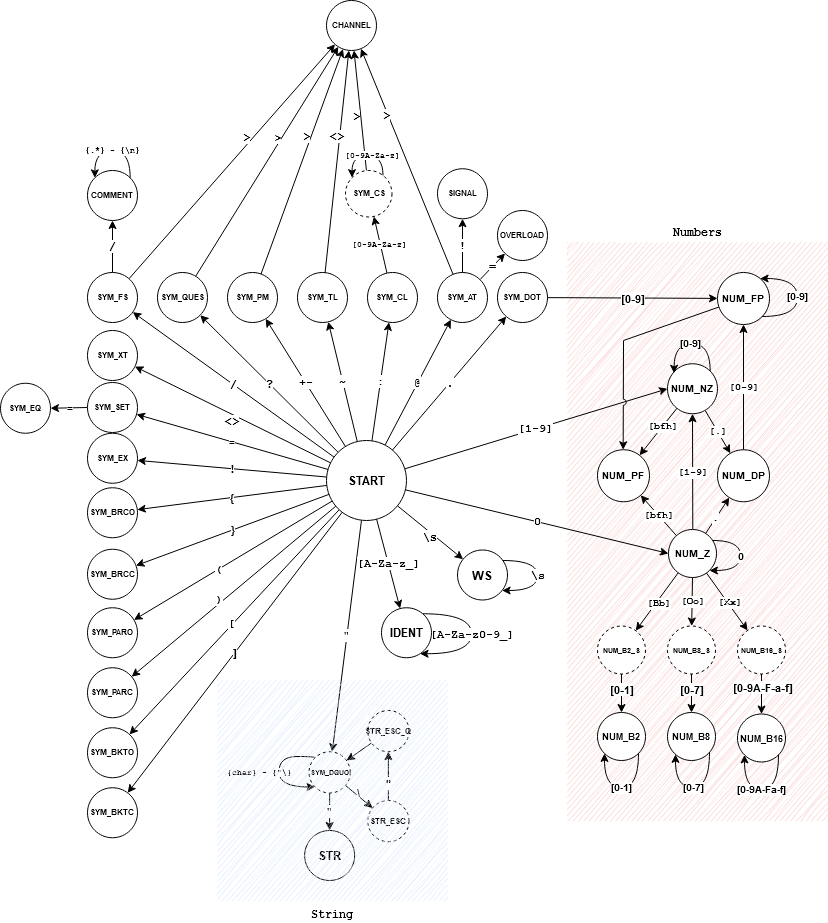
Above: img/lexer_FSM.drawio.png in wlvchandler/erdos (draw.io), before the change. Source tidied: cells renumbered, new cells last; positions are measured from the earlier drawing's top-left corner, leaving out a move shared by most shapes.
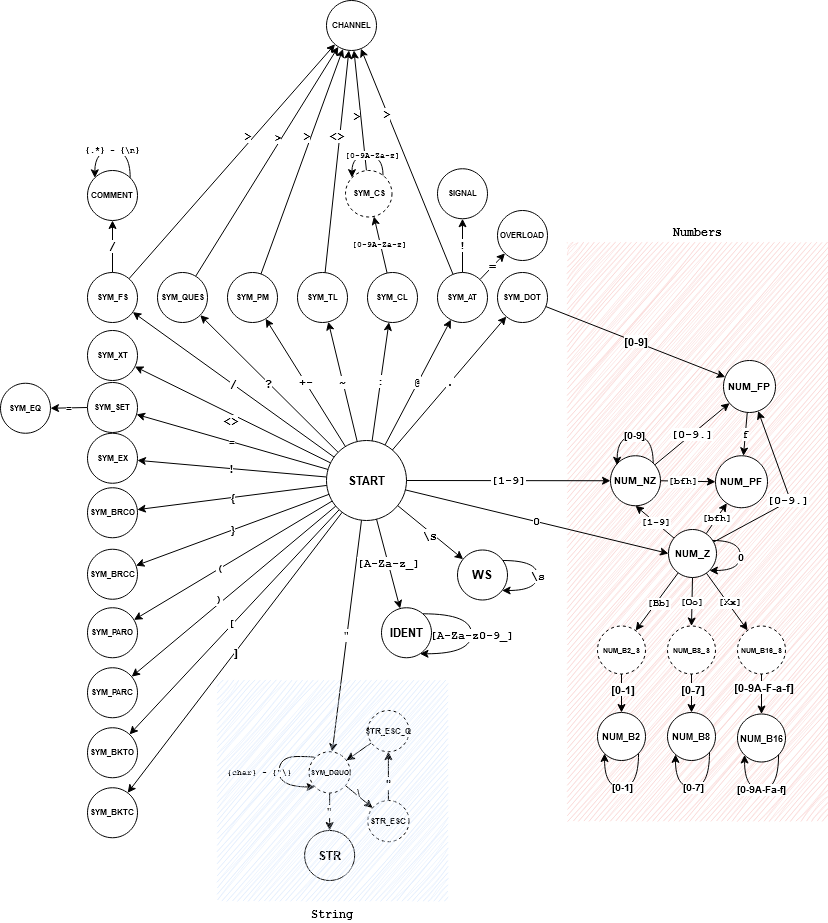
Later version of the same file.

Commit message:
update lexer_FSM

Change to the diagram source:
```diff
@@ -275,9 +275,6 @@
     <mxCell id="82" value="SYM_EQ" style="ellipse;whiteSpace=wrap;html=1;fillColor=default;fontSize=8;fontStyle=1;" parent="1" vertex="1">
       <mxGeometry y="382.8" width="50" height="50" as="geometry" />
     </mxCell>
-    <mxCell id="83" value="[.]" style="rounded=0;jettySize=auto;html=1;fontFamily=Courier New;fontSize=10;fontStyle=1;" parent="1" edge="1" source="110" target="91">
-      <mxGeometry relative="1" as="geometry" />
-    </mxCell>
     <mxCell id="84" value="[Oo]" style="edgeStyle=none;shape=connector;rounded=0;jettySize=auto;html=1;strokeColor=default;align=center;verticalAlign=middle;fontFamily=Courier New;fontSize=10;fontColor=default;labelBackgroundColor=default;endArrow=classic;fontStyle=1;" parent="1" edge="1" source="96" target="106">
       <mxGeometry relative="1" as="geometry" />
     </mxCell>
@@ -294,25 +291,25 @@
       <mxGeometry x="-0.23" relative="1" as="geometry" />
     </mxCell>
     <mxCell id="89" value="NUM_PF" style="ellipse;whiteSpace=wrap;html=1;fontSize=10;fontStyle=1;" parent="1" vertex="1">
-      <mxGeometry x="597" y="449.2" width="52" height="52" as="geometry" />
+      <mxGeometry x="715" y="455.2" width="52" height="52" as="geometry" />
     </mxCell>
-    <mxCell id="90" value="[0-9]" style="rounded=0;jettySize=auto;html=1;fontFamily=Courier New;fontSize=10;fontStyle=1;" parent="1" edge="1" source="91" target="115">
-      <mxGeometry relative="1" as="geometry" />
-    </mxCell>
-    <mxCell id="91" value="NUM_DP" style="ellipse;whiteSpace=wrap;html=1;fontSize=10;fontStyle=1;" parent="1" vertex="1">
-      <mxGeometry x="717" y="449.2" width="52" height="52" as="geometry" />
-    </mxCell>
     <mxCell id="92" value="[bfh]" style="edgeStyle=none;shape=connector;rounded=0;jettySize=auto;html=1;strokeColor=default;align=center;verticalAlign=middle;fontFamily=Courier New;fontSize=10;fontColor=default;labelBackgroundColor=default;endArrow=classic;fontStyle=1;" parent="1" edge="1" source="96" target="89">
       <mxGeometry relative="1" as="geometry" />
     </mxCell>
     <mxCell id="93" value="[1-9]" style="edgeStyle=none;shape=connector;rounded=0;jettySize=auto;html=1;entryX=0.5;entryY=1;entryDx=0;entryDy=0;strokeColor=default;align=center;verticalAlign=middle;fontFamily=Courier New;fontSize=10;fontColor=default;labelBackgroundColor=default;endArrow=classic;fontStyle=1;" parent="1" edge="1" source="96" target="110">
       <mxGeometry relative="1" as="geometry" />
     </mxCell>
-    <mxCell id="94" style="edgeStyle=none;shape=connector;rounded=0;jettySize=auto;html=1;strokeColor=default;align=center;verticalAlign=middle;fontFamily=Courier New;fontSize=13;fontColor=default;labelBackgroundColor=default;endArrow=classic;fontStyle=1;" parent="1" edge="1" source="96" target="91">
-      <mxGeometry relative="1" as="geometry" />
+    <mxCell id="94" style="edgeStyle=none;shape=connector;rounded=0;jettySize=auto;html=1;strokeColor=default;align=center;verticalAlign=middle;fontFamily=Courier New;fontSize=13;fontColor=default;labelBackgroundColor=default;endArrow=classic;fontStyle=1;" parent="1" edge="1" source="96" target="115">
+      <mxGeometry relative="1" as="geometry">
+        <Array as="points">
+          <mxPoint x="790" y="500" />
+        </Array>
+      </mxGeometry>
     </mxCell>
-    <mxCell id="95" value="&lt;font face=&quot;Courier New&quot;&gt;.&lt;/font&gt;" style="edgeLabel;html=1;align=center;verticalAlign=middle;fontStyle=1;" parent="94" vertex="1">
-      <mxGeometry x="-0.14" y="1" relative="1" as="geometry" />
+    <mxCell id="95" value="[0-9.]" style="edgeLabel;html=1;align=center;verticalAlign=middle;fontStyle=1;fontFamily=Courier New;" parent="94" vertex="1">
+      <mxGeometry x="-0.14" y="1" relative="1" as="geometry">
+        <mxPoint x="4" y="-4" as="offset" />
+      </mxGeometry>
     </mxCell>
     <mxCell id="96" value="NUM_Z" style="ellipse;whiteSpace=wrap;html=1;fontSize=10;fontStyle=1;" parent="1" vertex="1">
       <mxGeometry x="668" y="529" width="48" height="48" as="geometry" />
@@ -366,17 +363,9 @@
     <mxCell id="109" value="NUM_B2_S" style="ellipse;whiteSpace=wrap;html=1;fontSize=7;dashed=1;fontStyle=1;" parent="1" vertex="1">
       <mxGeometry x="597" y="625.5" width="48" height="48" as="geometry" />
     </mxCell>
-    <mxCell id="110" value="NUM_NZ" style="ellipse;whiteSpace=wrap;html=1;fontSize=10;fontStyle=1;" parent="1" vertex="1">
-      <mxGeometry x="667" y="363.2" width="50" height="50" as="geometry" />
-    </mxCell>
-    <mxCell id="111" value="[0-9]" style="edgeStyle=orthogonalEdgeStyle;rounded=0;orthogonalLoop=1;jettySize=auto;html=1;exitX=1;exitY=0;exitDx=0;exitDy=0;entryX=0.132;entryY=0.19;entryDx=0;entryDy=0;curved=1;entryPerimeter=0;fontSize=10;fontStyle=1;" parent="1" edge="1" source="110" target="110">
-      <mxGeometry relative="1" as="geometry">
-        <Array as="points">
-          <mxPoint x="710" y="343.2" />
-          <mxPoint x="674" y="343.2" />
-        </Array>
-      </mxGeometry>
-    </mxCell>
+    <mxCell id="118" value="[0-9.]" style="rounded=0;jettySize=auto;html=1;fontFamily=Courier New;fontStyle=1;" parent="1" edge="1" source="110" target="115">
+      <mxGeometry relative="1" as="geometry" />
+    </mxCell>
     <mxCell id="112" value="NUM_B16" style="ellipse;whiteSpace=wrap;html=1;fontSize=9;fontStyle=1;" parent="1" vertex="1">
       <mxGeometry x="737" y="713.5" width="48" height="48" as="geometry" />
     </mxCell>
@@ -388,24 +377,12 @@
         </Array>
       </mxGeometry>
     </mxCell>
-    <mxCell id="114" style="rounded=0;jettySize=auto;html=1;jumpStyle=arc;" parent="1" edge="1" source="115" target="89">
-      <mxGeometry relative="1" as="geometry">
-        <Array as="points">
-          <mxPoint x="623" y="340" />
-        </Array>
-      </mxGeometry>
+    <mxCell id="114" value="f" style="rounded=0;jettySize=auto;html=1;jumpStyle=arc;fontStyle=1;fontFamily=Courier New;" parent="1" edge="1" source="115" target="89">
+      <mxGeometry relative="1" as="geometry" />
     </mxCell>
     <mxCell id="115" value="NUM_FP" style="ellipse;whiteSpace=wrap;html=1;fontSize=10;fontStyle=1;" parent="1" vertex="1">
-      <mxGeometry x="717" y="272" width="52" height="52" as="geometry" />
+      <mxGeometry x="723" y="360" width="52" height="52" as="geometry" />
     </mxCell>
-    <mxCell id="116" value="[0-9]" style="edgeStyle=orthogonalEdgeStyle;rounded=0;orthogonalLoop=1;jettySize=auto;html=1;curved=1;fontSize=10;fontStyle=1;" parent="1" edge="1" source="115" target="115">
-      <mxGeometry relative="1" as="geometry">
-        <Array as="points">
-          <mxPoint x="797" y="316" />
-          <mxPoint x="797" y="278" />
-        </Array>
-      </mxGeometry>
-    </mxCell>
     <mxCell id="117" value="0" style="edgeStyle=orthogonalEdgeStyle;rounded=0;orthogonalLoop=1;jettySize=auto;html=1;curved=1;fontSize=10;fontStyle=1;" parent="1" edge="1" source="96" target="96">
       <mxGeometry relative="1" as="geometry">
         <Array as="points">
@@ -414,5 +391,19 @@
         </Array>
       </mxGeometry>
     </mxCell>
+    <mxCell id="119" style="group;" parent="1" vertex="1">
+      <mxGeometry x="610" y="435.2" width="50" height="70" as="geometry" />
+    </mxCell>
+    <mxCell id="110" value="NUM_NZ" style="ellipse;whiteSpace=wrap;html=1;fontSize=10;fontStyle=1;" parent="119" vertex="1">
+      <mxGeometry y="20" width="50" height="50" as="geometry" />
+    </mxCell>
+    <mxCell id="111" value="[0-9]" style="edgeStyle=orthogonalEdgeStyle;rounded=0;orthogonalLoop=1;jettySize=auto;html=1;exitX=1;exitY=0;exitDx=0;exitDy=0;entryX=0.132;entryY=0.19;entryDx=0;entryDy=0;curved=1;entryPerimeter=0;fontSize=10;fontStyle=1;" parent="119" edge="1" source="110" target="110">
+      <mxGeometry relative="1" as="geometry">
+        <Array as="points">
+          <mxPoint x="43" />
+          <mxPoint x="7" />
+        </Array>
+      </mxGeometry>
+    </mxCell>
   </root>
 </mxGraphModel>
```
